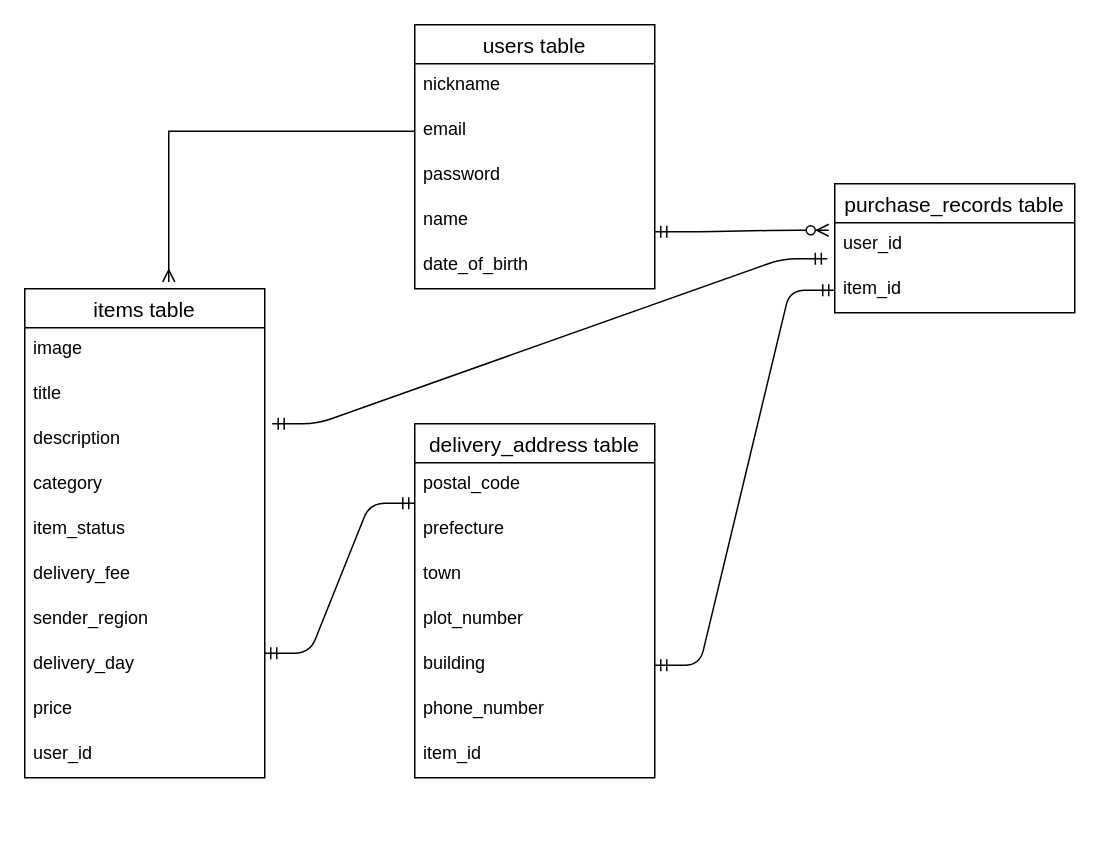
The draw.io diagram furima_er.dio in ru2rock/furima-35643, before the edit. Source tidied: cells renumbered, new cells numbered last; positions are measured from the earlier drawing's top-left corner, leaving out a move shared by most shapes. Both pictures are drawn from the tidied source at 150%, with x=0, y=0 at pixel (24, 24).
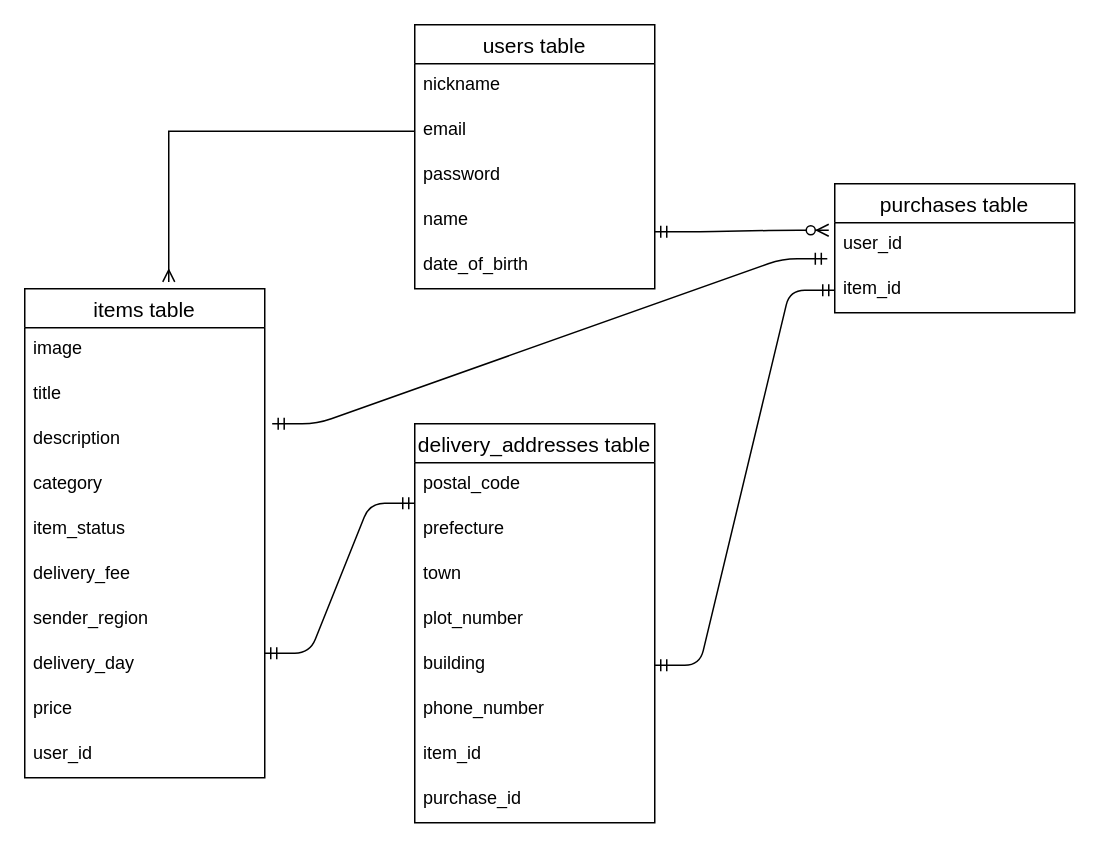
The same page after the edit.

Diff of the diagram source:
```diff
@@
-    <mxCell id="19" value="delivery_address table" style="swimlane;fontStyle=0;horizontal=1;startSize=26;align=center;fontSize=14;" parent="1" vertex="1">
-      <mxGeometry x="260" y="266" width="160" height="236" as="geometry" />
+    <mxCell id="19" value="delivery_addresses table" style="swimlane;fontStyle=0;horizontal=1;startSize=26;align=center;fontSize=14;" parent="1" vertex="1">
+      <mxGeometry x="260" y="266" width="160" height="266" as="geometry" />
     </mxCell>
@@
+    <mxCell id="35" value="purchase_id" style="text;strokeColor=none;fillColor=none;spacingLeft=4;spacingRight=4;overflow=hidden;fontSize=12;" parent="19" vertex="1">
+      <mxGeometry y="236" width="160" height="30" as="geometry" />
+    </mxCell>
-    <mxCell id="27" value="purchase_records table" style="swimlane;fontStyle=0;horizontal=1;startSize=26;align=center;fontSize=14;" parent="1" vertex="1">
+    <mxCell id="27" value="purchases table" style="swimlane;fontStyle=0;horizontal=1;startSize=26;align=center;fontSize=14;" parent="1" vertex="1">
       <mxGeometry x="540" y="106" width="160" height="86" as="geometry" />
     </mxCell>
```
